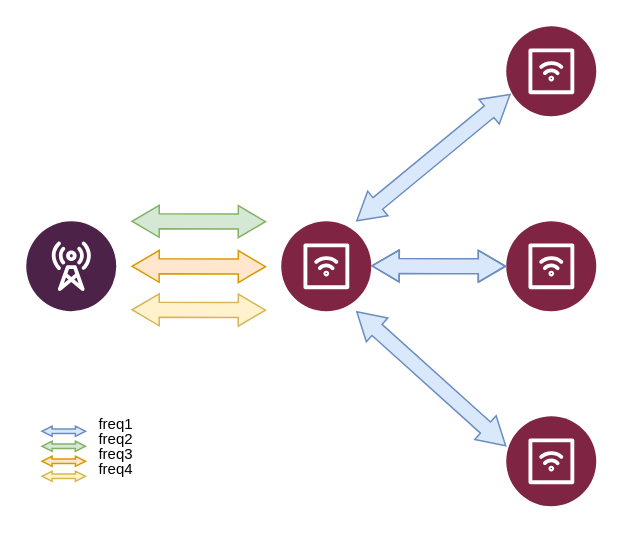
Atlanties/iodraw-files keeps this draw.io diagram as n2n2g.drawio. Above is the earlier version. Source tidied: cells renumbered, new cells numbered last; positions are measured from the earlier drawing's top-left corner, leaving out a move shared by most shapes. Both pictures are drawn from the tidied source at 150%, with x=0, y=0 at pixel (26, 26).
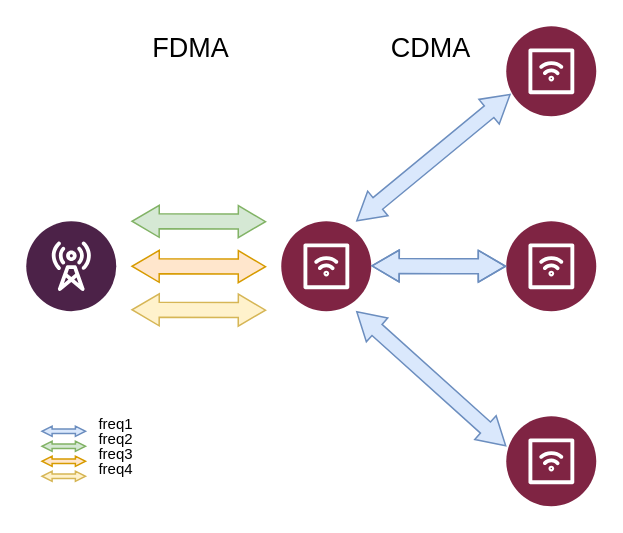
The same diagram, later.

What changed in the source:
```diff
@@
+    <mxCell id="21" value="&lt;font style=&quot;font-size: 18px;&quot;&gt;FDMA&lt;/font&gt;" style="text;html=1;align=center;verticalAlign=middle;whiteSpace=wrap;rounded=0;" parent="1" vertex="1">
+      <mxGeometry x="80" width="60" height="30" as="geometry" />
+    </mxCell>
+    <mxCell id="22" value="&lt;font style=&quot;font-size: 18px;&quot;&gt;CDMA&lt;/font&gt;" style="text;html=1;align=center;verticalAlign=middle;whiteSpace=wrap;rounded=0;" parent="1" vertex="1">
+      <mxGeometry x="240" width="60" height="30" as="geometry" />
+    </mxCell>
```
